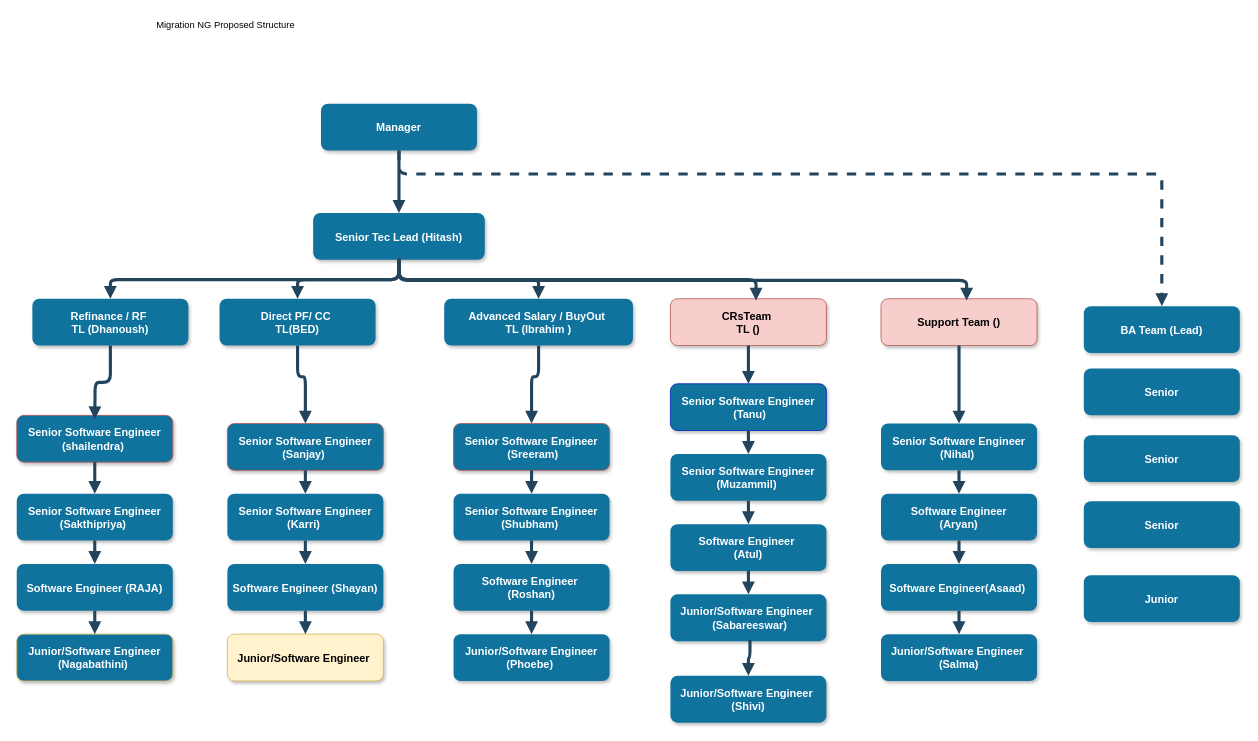
This is NG Structure.drawio from MHosnii/DrawIo, a draw.io file, before an edit. Source tidied: cells renumbered, new cells numbered last; positions are measured from the earlier drawing's top-left corner, leaving out a move shared by most shapes. Both pictures are drawn from the tidied source at 78%, with x=0, y=0 at pixel (16, 13).
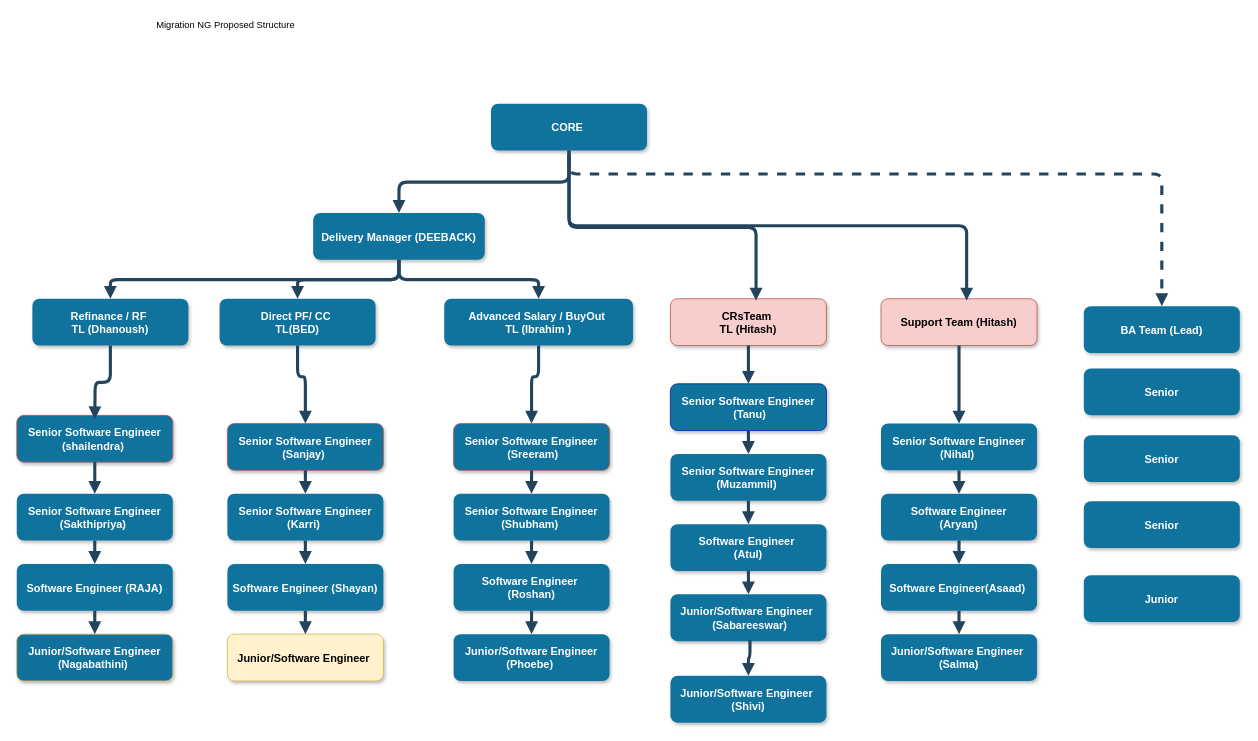
The same diagram, later.

Unchanged cells that the change refers to:
```xml
<mxCell id="47" value="BA Team (Lead)" style="rounded=1;fillColor=#10739E;strokeColor=none;shadow=1;gradientColor=none;fontStyle=1;fontColor=#FFFFFF;fontSize=14;" parent="1" vertex="1">
  <mxGeometry x="1368" y="375" width="200" height="60" as="geometry" />
</mxCell>
```

Change to the diagram source:
```diff
@@
-    <mxCell id="2" value="Manager" style="rounded=1;fillColor=#10739E;strokeColor=none;shadow=1;gradientColor=none;fontStyle=1;fontColor=#FFFFFF;fontSize=14;" parent="1" vertex="1">
-      <mxGeometry x="390" y="115.5" width="200" height="60" as="geometry" />
+    <mxCell id="2" value="CORE " style="rounded=1;fillColor=#10739E;strokeColor=none;shadow=1;gradientColor=none;fontStyle=1;fontColor=#FFFFFF;fontSize=14;" parent="1" vertex="1">
+      <mxGeometry x="608" y="115.5" width="200" height="60" as="geometry" />
     </mxCell>
-    <mxCell id="3" value="Senior Tec Lead (Hitash)" style="rounded=1;fillColor=#10739E;strokeColor=none;shadow=1;gradientColor=none;fontStyle=1;fontColor=#FFFFFF;fontSize=14;" parent="1" vertex="1">
+    <mxCell id="3" value="Delivery Manager (DEEBACK)" style="rounded=1;fillColor=#10739E;strokeColor=none;shadow=1;gradientColor=none;fontStyle=1;fontColor=#FFFFFF;fontSize=14;" parent="1" vertex="1">
       <mxGeometry x="380" y="255.5" width="220" height="60" as="geometry" />
     </mxCell>
@@
-    <mxCell id="7" value="CRsTeam &#10;TL ()" style="rounded=1;fillColor=#f8cecc;strokeColor=#b85450;shadow=1;fontStyle=1;fontSize=14;" parent="1" vertex="1">
+    <mxCell id="7" value="CRsTeam &#10;TL (Hitash)" style="rounded=1;fillColor=#f8cecc;strokeColor=#b85450;shadow=1;fontStyle=1;fontSize=14;" parent="1" vertex="1">
       <mxGeometry x="838" y="365.5" width="200" height="60" as="geometry" />
     </mxCell>
@@
-    <mxCell id="29" style="edgeStyle=elbowEdgeStyle;elbow=vertical;strokeWidth=4;endArrow=block;endFill=1;fontStyle=1;dashed=1;strokeColor=#23445D;entryX=0.5;entryY=0;entryDx=0;entryDy=0;" parent="1" edge="1" source="2" target="47">
+    <mxCell id="29" style="edgeStyle=elbowEdgeStyle;elbow=vertical;strokeWidth=4;endArrow=block;endFill=1;fontStyle=1;dashed=1;strokeColor=#23445D;entryX=0.5;entryY=0;entryDx=0;entryDy=0;" parent="1" edge="1" target="47">
       <mxGeometry x="22" y="165.5" as="geometry">
+        <mxPoint x="708" y="180" as="sourcePoint" />
         <Array as="points">
           <mxPoint x="780" y="205.5" />
         </Array>
       </mxGeometry>
     </mxCell>
@@
-    <mxCell id="46" style="edgeStyle=elbowEdgeStyle;elbow=vertical;strokeWidth=4;endArrow=block;endFill=1;fontStyle=1;strokeColor=#23445D;entryX=0.549;entryY=0.072;entryDx=0;entryDy=0;entryPerimeter=0;exitX=0.5;exitY=1;exitDx=0;exitDy=0;" parent="1" edge="1">
+    <mxCell id="46" style="edgeStyle=elbowEdgeStyle;elbow=vertical;strokeWidth=4;endArrow=block;endFill=1;fontStyle=1;strokeColor=#23445D;entryX=0.549;entryY=0.072;entryDx=0;entryDy=0;entryPerimeter=0;" parent="1" edge="1">
       <mxGeometry x="22" y="165.5" as="geometry">
-        <mxPoint x="490" y="313.5" as="sourcePoint" />
+        <mxPoint x="708" y="180" as="sourcePoint" />
         <mxPoint x="947.8" y="367.8" as="targetPoint" />
       </mxGeometry>
     </mxCell>
@@
-    <mxCell id="50" value="Support Team ()" style="rounded=1;fillColor=#f8cecc;strokeColor=#b85450;shadow=1;fontStyle=1;fontSize=14;" parent="1" vertex="1">
+    <mxCell id="50" value="Support Team (Hitash)" style="rounded=1;fillColor=#f8cecc;strokeColor=#b85450;shadow=1;fontStyle=1;fontSize=14;" parent="1" vertex="1">
       <mxGeometry x="1108" y="365.5" width="200" height="60" as="geometry" />
     </mxCell>
@@
-    <mxCell id="59" style="edgeStyle=elbowEdgeStyle;elbow=vertical;strokeWidth=4;endArrow=block;endFill=1;fontStyle=1;strokeColor=#23445D;entryX=0.549;entryY=0.072;entryDx=0;entryDy=0;entryPerimeter=0;exitX=0.5;exitY=1;exitDx=0;exitDy=0;" parent="1" edge="1" source="3">
+    <mxCell id="59" style="edgeStyle=elbowEdgeStyle;elbow=vertical;strokeWidth=4;endArrow=block;endFill=1;fontStyle=1;strokeColor=#23445D;entryX=0.549;entryY=0.072;entryDx=0;entryDy=0;entryPerimeter=0;exitX=0.5;exitY=1;exitDx=0;exitDy=0;" parent="1" edge="1" source="2">
       <mxGeometry x="22" y="165.5" as="geometry">
         <mxPoint x="1217.8" y="367.8" as="targetPoint" />
       </mxGeometry>
     </mxCell>
```
